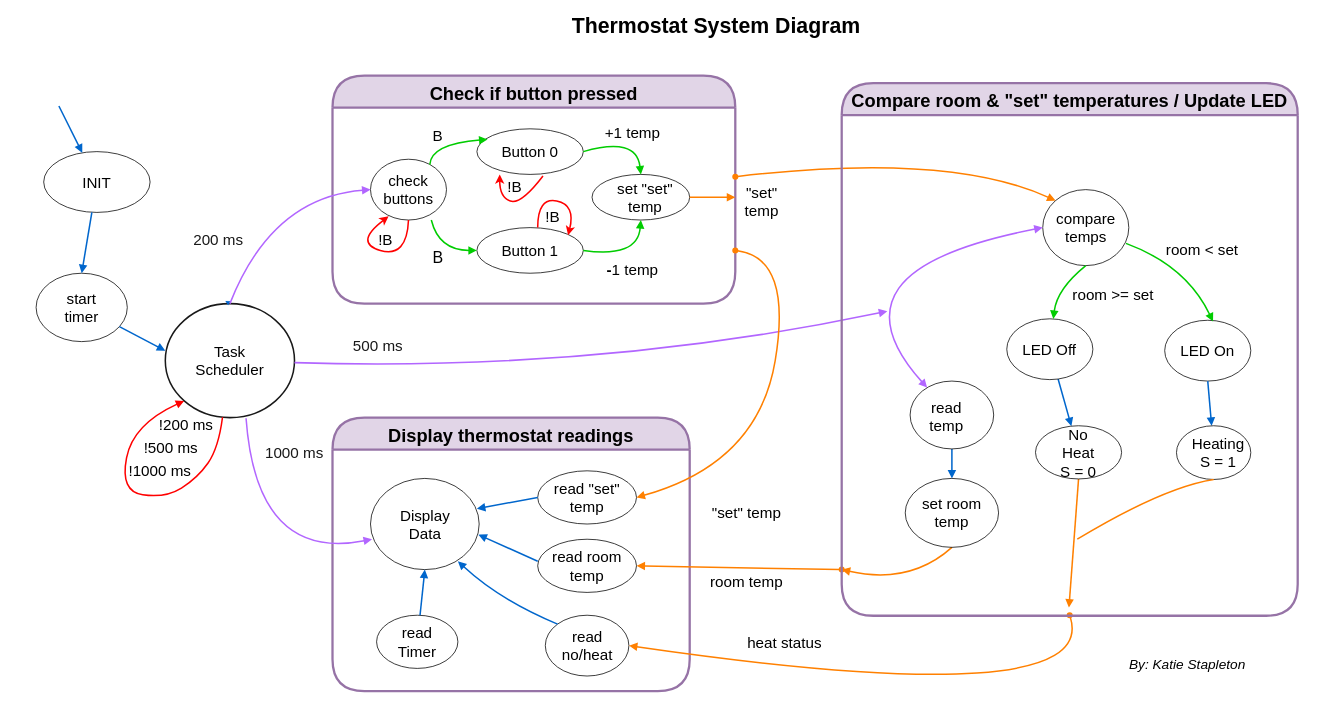
Above: CS350-FinalProjectdocumentation.drawio in katiestapleton/embeddedSysThermostat (draw.io), before the change. Source tidied: cells renumbered, new cells numbered last; positions are measured from the earlier drawing's top-left corner, leaving out a move shared by most shapes. Both pictures are drawn from the tidied source at 76%, with x=0, y=0 at pixel (13, 14).
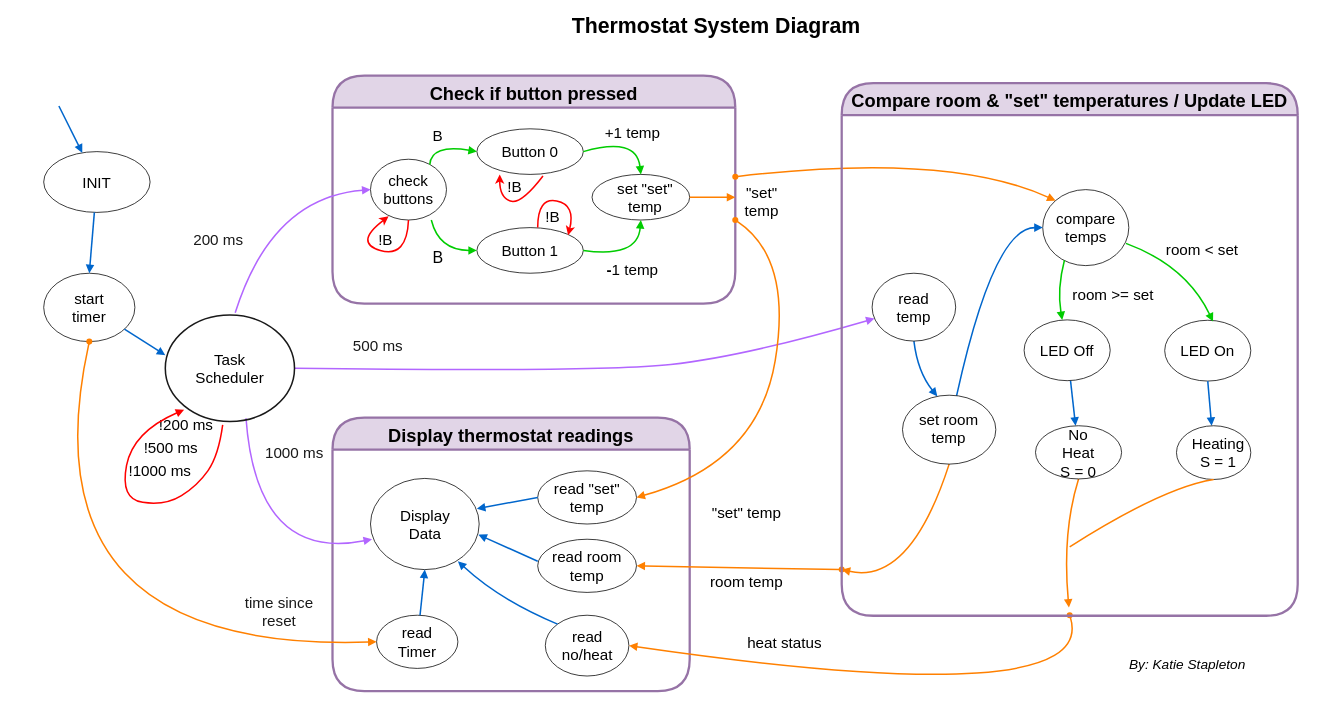
Above is the later version.

Unchanged cells that the change refers to:
```xml
<mxCell id="5" style="ellipse;whiteSpace=wrap;html=1;rounded=0;shadow=0;strokeWidth=1;fillColor=none;fontSize=24;align=right;" parent="4" vertex="1">
  <mxGeometry width="120" height="90" as="geometry" />
</mxCell>
<mxCell id="20" style="ellipse;whiteSpace=wrap;html=1;rounded=0;shadow=0;strokeWidth=1;fillColor=none;fontSize=24;align=right;" parent="19" vertex="1">
  <mxGeometry width="107" height="70" as="geometry" />
</mxCell>
<mxCell id="23" style="ellipse;whiteSpace=wrap;html=1;rounded=0;shadow=0;strokeWidth=1;fillColor=none;fontSize=24;align=right;" parent="22" vertex="1">
  <mxGeometry width="143" height="120" as="geometry" />
</mxCell>
<mxCell id="26" style="ellipse;whiteSpace=wrap;html=1;rounded=0;shadow=0;strokeWidth=1;fillColor=none;fontSize=24;align=right;" parent="25" vertex="1">
  <mxGeometry x="-30" width="130" height="70" as="geometry" />
</mxCell>
<mxCell id="39" value="Check if button pressed" style="swimlane;fontSize=24;align=center;startSize=42;fillColor=#e1d5e7;strokeColor=#9673a6;rounded=1;shadow=0;sketch=0;glass=0;swimlaneFillColor=none;perimeterSpacing=2;strokeWidth=3;arcSize=34;" parent="38" vertex="1">
  <mxGeometry width="530" height="300" as="geometry" />
</mxCell>
<mxCell id="41" style="ellipse;whiteSpace=wrap;html=1;rounded=0;shadow=0;strokeWidth=1;fillColor=none;fontSize=24;align=right;" parent="40" vertex="1">
  <mxGeometry width="140" height="60" as="geometry" />
</mxCell>
<mxCell id="55" style="ellipse;whiteSpace=wrap;html=1;rounded=0;shadow=0;strokeWidth=1;fillColor=none;fontSize=24;align=right;" parent="54" vertex="1">
  <mxGeometry width="100" height="80" as="geometry" />
</mxCell>
<mxCell id="67" style="group;" parent="66" vertex="1">
  <mxGeometry x="150" y="660" width="209" height="30" as="geometry" />
</mxCell>
<mxCell id="89" style="group;" parent="88" vertex="1">
  <mxGeometry x="18.9" y="78" width="595" height="533.9" as="geometry" />
</mxCell>
<mxCell id="92" style="ellipse;whiteSpace=wrap;html=1;rounded=0;shadow=0;strokeWidth=1;fillColor=none;fontSize=24;align=right;" parent="91" vertex="1">
  <mxGeometry width="113.3" height="100" as="geometry" />
</mxCell>
<mxCell id="94" style="group;" parent="89" vertex="1">
  <mxGeometry x="236.1" y="233.4" width="119.5" height="200" as="geometry" />
</mxCell>
<mxCell id="98" style="ellipse;whiteSpace=wrap;html=1;rounded=0;shadow=0;strokeWidth=1;fillColor=none;fontSize=24;align=right;" parent="97" vertex="1">
  <mxGeometry x="-6.1" y="9.3" width="113.3" height="70" as="geometry" />
</mxCell>
<mxCell id="101" style="ellipse;whiteSpace=wrap;html=1;rounded=0;shadow=0;strokeWidth=1;fillColor=none;fontSize=24;align=right;" parent="89" vertex="1">
  <mxGeometry x="421.6" y="372.7" width="97.8" height="70.7" as="geometry" />
</mxCell>
```

What changed in the source:
```diff
@@
     <mxCell id="4" style="group;strokeWidth=2;" parent="1" vertex="1">
-      <mxGeometry x="30" y="340" width="120" height="90" as="geometry" />
+      <mxGeometry x="40" y="340" width="120" height="90" as="geometry" />
     </mxCell>
@@
-    <mxCell id="7" style="group;strokeWidth=1;strokeColor=none;" parent="1" vertex="1">
-      <mxGeometry x="200" y="380" width="170" height="150" as="geometry" />
-    </mxCell>
-    <mxCell id="8" style="ellipse;whiteSpace=wrap;html=1;rounded=0;shadow=0;strokeWidth=2;fillColor=none;fontSize=24;align=right;strokeColor=#191919;" parent="7" vertex="1">
-      <mxGeometry width="170" height="150" as="geometry" />
-    </mxCell>
-    <mxCell id="9" value="Task&lt;br&gt;Scheduler" style="text;html=1;strokeColor=none;fillColor=none;align=center;verticalAlign=middle;whiteSpace=wrap;rounded=0;shadow=0;fontSize=20;" parent="7" vertex="1">
-      <mxGeometry x="52.2" y="56.1" width="65.6" height="37.8" as="geometry" />
-    </mxCell>
-    <mxCell id="10" style="edgeStyle=none;curved=1;orthogonalLoop=1;jettySize=auto;html=1;fontSize=20;fontColor=#B266FF;startFill=0;endArrow=block;endFill=1;strokeColor=#FF0000;strokeWidth=2;entryX=0;entryY=1;entryDx=0;entryDy=0;" parent="7" edge="1" source="8" target="8">
-      <mxGeometry relative="1" as="geometry">
-        <Array as="points">
-          <mxPoint x="70" y="190" />
-          <mxPoint x="42.5" y="229.4" />
-          <mxPoint y="255.9" />
-          <mxPoint x="-59.5" y="247.1" />
-          <mxPoint x="-42.5" y="158.8" />
-        </Array>
-      </mxGeometry>
-    </mxCell>
-    <mxCell id="11" style="edgeStyle=none;curved=1;orthogonalLoop=1;jettySize=auto;html=1;exitX=0.5;exitY=0;exitDx=0;exitDy=0;entryX=0.465;entryY=-0.024;entryDx=0;entryDy=0;entryPerimeter=0;fontSize=24;startFill=0;endArrow=block;endFill=1;strokeColor=#0066CC;strokeWidth=0;" parent="7" edge="1" source="8" target="8">
-      <mxGeometry relative="1" as="geometry" />
-    </mxCell>
@@
-    <mxCell id="59" style="edgeStyle=none;curved=1;jettySize=auto;html=1;exitX=0.78;exitY=0.088;exitDx=0;exitDy=0;entryX=0.1;entryY=0.233;entryDx=0;entryDy=0;entryPerimeter=0;fontSize=24;startFill=0;endArrow=block;endFill=1;strokeColor=#00CC00;strokeWidth=2;exitPerimeter=0;" parent="39" edge="1" source="55" target="41">
+    <mxCell id="59" style="edgeStyle=none;curved=1;jettySize=auto;html=1;exitX=0.78;exitY=0.088;exitDx=0;exitDy=0;entryX=0;entryY=0.5;entryDx=0;entryDy=0;fontSize=24;startFill=0;endArrow=block;endFill=1;strokeColor=#00CC00;strokeWidth=2;exitPerimeter=0;" parent="39" edge="1" source="55" target="41">
       <mxGeometry relative="1" as="geometry">
         <Array as="points">
           <mxPoint x="130" y="90" />
         </Array>
       </mxGeometry>
     </mxCell>
@@
     <mxCell id="69" style="edgeStyle=none;curved=1;jettySize=auto;html=1;exitX=0.5;exitY=1;exitDx=0;exitDy=0;fontSize=24;startFill=0;endArrow=block;endFill=1;strokeColor=#FF8000;strokeWidth=2;" parent="67" edge="1" source="98">
       <mxGeometry relative="1" as="geometry">
         <mxPoint x="209" y="30" as="targetPoint" />
+        <Array as="points">
+          <mxPoint x="200" y="-70" />
+        </Array>
       </mxGeometry>
     </mxCell>
@@
-    <mxCell id="76" style="edgeStyle=none;curved=1;jettySize=auto;html=1;fontSize=24;startArrow=none;startFill=0;endArrow=block;endFill=1;strokeColor=#B266FF;strokeWidth=2;exitX=0.5;exitY=0;exitDx=0;exitDy=0;entryX=0;entryY=0.5;entryDx=0;entryDy=0;" parent="1" edge="1" source="8" target="55">
+    <mxCell id="76" style="edgeStyle=none;curved=1;jettySize=auto;html=1;fontSize=24;startArrow=none;startFill=0;endArrow=block;endFill=1;strokeColor=#B266FF;strokeWidth=2;entryX=0;entryY=0.5;entryDx=0;entryDy=0;exitX=0.541;exitY=-0.021;exitDx=0;exitDy=0;exitPerimeter=0;" parent="1" edge="1" source="118" target="55">
       <mxGeometry relative="1" as="geometry">
         <Array as="points">
           <mxPoint x="340" y="240" />
         </Array>
       </mxGeometry>
     </mxCell>
-    <mxCell id="77" style="edgeStyle=none;curved=1;jettySize=auto;html=1;fontSize=24;startFill=0;endArrow=block;endFill=1;strokeColor=#B266FF;strokeWidth=2;" parent="1" edge="1" source="8">
+    <mxCell id="77" style="edgeStyle=none;curved=1;jettySize=auto;html=1;fontSize=24;startFill=0;endArrow=block;endFill=1;strokeColor=#B266FF;strokeWidth=2;exitX=1;exitY=0.5;exitDx=0;exitDy=0;" parent="1" edge="1" source="118" target="113">
       <mxGeometry relative="1" as="geometry">
-        <mxPoint x="1150" y="390" as="targetPoint" />
         <Array as="points">
           <mxPoint x="770" y="470" />
+          <mxPoint x="960" y="450" />
         </Array>
       </mxGeometry>
     </mxCell>
-    <mxCell id="78" style="edgeStyle=none;curved=1;jettySize=auto;html=1;entryX=0.014;entryY=0.667;entryDx=0;entryDy=0;fontSize=24;startFill=0;endArrow=block;endFill=1;strokeColor=#B266FF;strokeWidth=2;exitX=0.625;exitY=1.006;exitDx=0;exitDy=0;exitPerimeter=0;entryPerimeter=0;" parent="1" edge="1" source="8" target="23">
+    <mxCell id="78" style="edgeStyle=none;curved=1;jettySize=auto;html=1;entryX=0.014;entryY=0.667;entryDx=0;entryDy=0;fontSize=24;startFill=0;endArrow=block;endFill=1;strokeColor=#B266FF;strokeWidth=2;exitX=0.625;exitY=1.006;exitDx=0;exitDy=0;exitPerimeter=0;entryPerimeter=0;" parent="1" edge="1" target="23">
       <mxGeometry relative="1" as="geometry">
+        <mxPoint x="306.2" y="530.8" as="sourcePoint" />
         <Array as="points">
           <mxPoint x="320" y="720" />
         </Array>
       </mxGeometry>
     </mxCell>
@@
     <mxCell id="86" style="edgeStyle=none;curved=1;jettySize=auto;html=1;fontSize=24;startArrow=oval;startFill=1;endArrow=block;endFill=1;strokeColor=#FF8000;strokeWidth=2;entryX=1;entryY=0.5;entryDx=0;entryDy=0;" parent="1" edge="1" target="26">
       <mxGeometry relative="1" as="geometry">
-        <mxPoint x="950" y="310" as="sourcePoint" />
+        <mxPoint x="950" y="270" as="sourcePoint" />
         <Array as="points">
           <mxPoint x="1025" y="320" />
           <mxPoint x="980" y="590" />
         </Array>
       </mxGeometry>
     </mxCell>
-    <mxCell id="87" style="edgeStyle=none;curved=1;jettySize=auto;html=1;entryX=0;entryY=0.413;entryDx=0;entryDy=0;entryPerimeter=0;fontSize=24;startArrow=none;startFill=0;endArrow=block;endFill=1;strokeColor=#0066CC;strokeWidth=2;" parent="1" edge="1" source="5" target="8">
-      <mxGeometry relative="1" as="geometry" />
+    <mxCell id="87" style="edgeStyle=none;curved=1;jettySize=auto;html=1;entryX=0;entryY=0.413;entryDx=0;entryDy=0;entryPerimeter=0;fontSize=24;startArrow=none;startFill=0;endArrow=block;endFill=1;strokeColor=#0066CC;strokeWidth=2;" parent="1" edge="1" source="5">
+      <mxGeometry relative="1" as="geometry">
+        <mxPoint x="200" y="447.8" as="targetPoint" />
+      </mxGeometry>
     </mxCell>
@@
     <mxCell id="96" value="&lt;font style=&quot;font-size: 20px&quot;&gt;LED Off&lt;/font&gt;" style="ellipse;whiteSpace=wrap;html=1;rounded=1;shadow=0;glass=0;sketch=0;fontSize=24;strokeWidth=1;align=center;" parent="94" vertex="1">
-      <mxGeometry x="-37.8" y="-1.4" width="113.3" height="80" as="geometry" />
+      <mxGeometry x="-15" width="113.3" height="80" as="geometry" />
     </mxCell>
@@
+    <mxCell id="115" style="edgeStyle=none;curved=1;jettySize=auto;html=1;entryX=0;entryY=0.5;entryDx=0;entryDy=0;fontSize=24;startFill=0;endArrow=block;endFill=1;strokeColor=#0066CC;strokeWidth=2;" parent="89" edge="1" source="104" target="92">
+      <mxGeometry relative="1" as="geometry">
+        <Array as="points">
+          <mxPoint x="181.1" y="112" />
+        </Array>
+      </mxGeometry>
+    </mxCell>
     <mxCell id="104" style="ellipse;whiteSpace=wrap;html=1;rounded=0;shadow=0;strokeWidth=1;fillColor=none;fontSize=24;align=right;" parent="89" vertex="1">
-      <mxGeometry x="64.7" y="442" width="122.8" height="90.7" as="geometry" />
+      <mxGeometry x="61.1" y="332.5" width="122.8" height="90.7" as="geometry" />
     </mxCell>
@@
-    <mxCell id="107" style="edgeStyle=none;curved=1;jettySize=auto;html=1;exitX=0.5;exitY=1;exitDx=0;exitDy=0;fontSize=24;startFill=0;endArrow=block;endFill=1;strokeColor=#00CC00;strokeWidth=2;" parent="89" edge="1" source="92" target="96">
+    <mxCell id="107" style="edgeStyle=none;curved=1;jettySize=auto;html=1;exitX=0.252;exitY=0.93;exitDx=0;exitDy=0;fontSize=24;startFill=0;endArrow=block;endFill=1;strokeColor=#00CC00;strokeWidth=2;exitPerimeter=0;" parent="89" edge="1" source="92" target="96">
       <mxGeometry relative="1" as="geometry">
         <Array as="points">
           <mxPoint x="264.4" y="192.7" />
         </Array>
       </mxGeometry>
     </mxCell>
@@
-    <mxCell id="109" style="edgeStyle=none;curved=1;jettySize=auto;html=1;entryX=0;entryY=0.5;entryDx=0;entryDy=0;fontSize=24;startFill=1;endArrow=block;endFill=1;strokeColor=#B266FF;strokeWidth=2;startArrow=block;" parent="89" edge="1" source="113" target="92">
-      <mxGeometry relative="1" as="geometry">
-        <Array as="points">
-          <mxPoint x="21.1" y="242" />
-          <mxPoint x="91.1" y="142" />
-        </Array>
-      </mxGeometry>
-    </mxCell>
     <mxCell id="110" style="edgeStyle=none;curved=1;jettySize=auto;html=1;exitX=0.5;exitY=1;exitDx=0;exitDy=0;fontSize=24;startFill=0;endArrow=none;endFill=0;strokeColor=#FF8000;strokeWidth=2;" parent="89" edge="1" source="101">
       <mxGeometry relative="1" as="geometry">
-        <mxPoint x="291.1" y="522" as="targetPoint" />
+        <mxPoint x="281.1" y="532" as="targetPoint" />
         <Array as="points">
           <mxPoint x="403.9" y="453.9" />
         </Array>
       </mxGeometry>
     </mxCell>
     <mxCell id="111" value="set room temp" style="text;html=1;strokeColor=none;fillColor=none;align=center;verticalAlign=middle;whiteSpace=wrap;rounded=0;shadow=0;fontSize=20;" parent="89" vertex="1">
-      <mxGeometry x="84" y="470.2" width="84.3" height="34.3" as="geometry" />
+      <mxGeometry x="80.3" y="358.6" width="84.3" height="34.3" as="geometry" />
     </mxCell>
-    <mxCell id="112" style="edgeStyle=none;curved=1;jettySize=auto;html=1;exitX=0.5;exitY=1;exitDx=0;exitDy=0;entryX=0.5;entryY=0;entryDx=0;entryDy=0;fontSize=24;startArrow=none;startFill=0;endArrow=block;endFill=1;strokeColor=#0066CC;strokeWidth=2;" parent="89" edge="1" source="113" target="104">
-      <mxGeometry relative="1" as="geometry" />
+    <mxCell id="112" style="edgeStyle=none;curved=1;jettySize=auto;html=1;exitX=0.5;exitY=1;exitDx=0;exitDy=0;entryX=0.373;entryY=0.016;entryDx=0;entryDy=0;fontSize=24;startArrow=none;startFill=0;endArrow=block;endFill=1;strokeColor=#0066CC;strokeWidth=2;entryPerimeter=0;" parent="89" edge="1" source="113" target="104">
+      <mxGeometry relative="1" as="geometry">
+        <Array as="points">
+          <mxPoint x="81.1" y="302" />
+        </Array>
+      </mxGeometry>
     </mxCell>
     <mxCell id="113" style="ellipse;whiteSpace=wrap;html=1;rounded=0;shadow=0;strokeWidth=1;fillColor=none;fontSize=24;align=right;" parent="89" vertex="1">
-      <mxGeometry x="71.1" y="313.9" width="110" height="89.3" as="geometry" />
+      <mxGeometry x="21.1" y="172" width="110" height="89.3" as="geometry" />
     </mxCell>
     <mxCell id="114" value="read temp" style="text;html=1;strokeColor=none;fillColor=none;align=center;verticalAlign=middle;whiteSpace=wrap;rounded=0;shadow=0;fontSize=20;" parent="89" vertex="1">
-      <mxGeometry x="90" y="344.6" width="57.7" height="30" as="geometry" />
+      <mxGeometry x="47.3" y="201.6" width="57.7" height="30" as="geometry" />
     </mxCell>
+    <mxCell id="116" style="group;strokeWidth=1;strokeColor=none;" parent="1" vertex="1">
+      <mxGeometry x="200" y="390" width="170" height="150" as="geometry" />
+    </mxCell>
+    <mxCell id="9" value="Task&lt;br&gt;Scheduler" style="text;html=1;strokeColor=none;fillColor=none;align=center;verticalAlign=middle;whiteSpace=wrap;rounded=0;shadow=0;fontSize=20;" parent="116" vertex="1">
+      <mxGeometry x="52.2" y="56.1" width="65.6" height="37.8" as="geometry" />
+    </mxCell>
+    <mxCell id="117" style="edgeStyle=none;curved=1;orthogonalLoop=1;jettySize=auto;html=1;fontSize=20;fontColor=#B266FF;startFill=0;endArrow=block;endFill=1;strokeColor=#FF0000;strokeWidth=2;entryX=0;entryY=1;entryDx=0;entryDy=0;" parent="116" edge="1">
+      <mxGeometry relative="1" as="geometry">
+        <mxPoint x="75.5" y="149.6" as="sourcePoint" />
+        <mxPoint x="24.9" y="129.5" as="targetPoint" />
+        <Array as="points">
+          <mxPoint x="70" y="190" />
+          <mxPoint x="42.5" y="229.4" />
+          <mxPoint y="255.9" />
+          <mxPoint x="-59.5" y="247.1" />
+          <mxPoint x="-42.5" y="158.8" />
+        </Array>
+      </mxGeometry>
+    </mxCell>
+    <mxCell id="118" style="ellipse;whiteSpace=wrap;html=1;rounded=0;shadow=0;strokeWidth=2;fillColor=none;fontSize=24;align=right;strokeColor=#191919;" parent="116" vertex="1">
+      <mxGeometry y="5" width="170" height="140" as="geometry" />
+    </mxCell>
+    <mxCell id="119" style="edgeStyle=none;curved=1;jettySize=auto;html=1;exitX=0.5;exitY=1;exitDx=0;exitDy=0;entryX=0;entryY=0.5;entryDx=0;entryDy=0;fontSize=24;startArrow=oval;startFill=1;endArrow=block;endFill=1;strokeColor=#FF8000;strokeWidth=2;" parent="1" edge="1" source="5" target="20">
+      <mxGeometry relative="1" as="geometry">
+        <Array as="points">
+          <mxPoint x="10" y="840" />
+        </Array>
+      </mxGeometry>
+    </mxCell>
+    <mxCell id="120" value="&lt;font&gt;time since reset&lt;/font&gt;" style="text;html=1;strokeColor=none;fillColor=none;align=center;verticalAlign=middle;whiteSpace=wrap;rounded=0;shadow=0;fontSize=20;fontColor=#191919;" parent="1" vertex="1">
+      <mxGeometry x="290" y="759.3" width="120" height="50.7" as="geometry" />
+    </mxCell>
```
